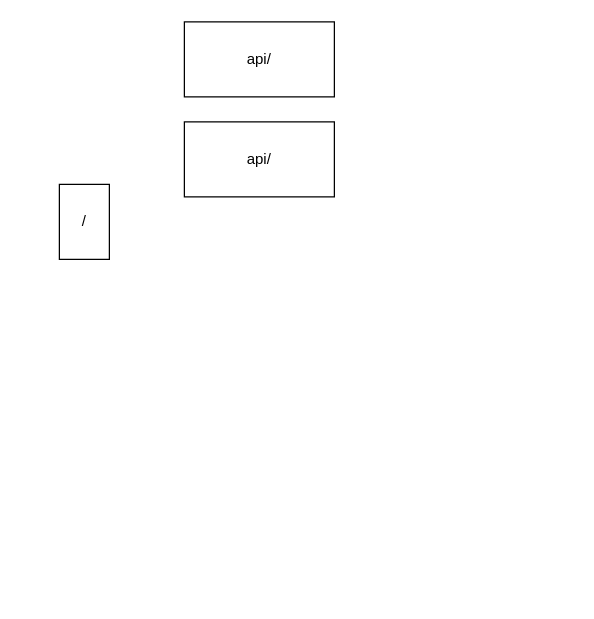
TLBail/biotrace keeps this draw.io diagram as schemas/routage.drawio. Above is the earlier version. Source tidied: cells renumbered, new cells numbered last; positions are measured from the earlier drawing's top-left corner, leaving out a move shared by most shapes. Both pictures are drawn from the tidied source at 125%, with x=0, y=0 at pixel (59, 21).
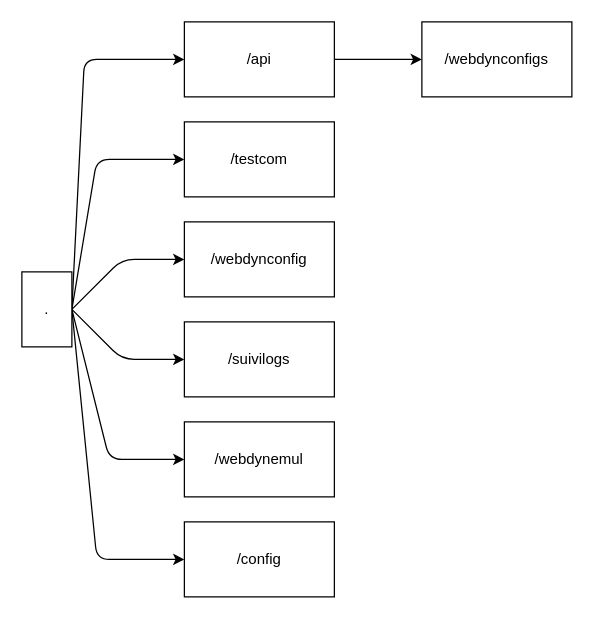
The same page after the edit.

Commit message:
diagramme: routage api/server

Change to the diagram source:
```diff
@@
+    <mxCell id="5" style="edgeStyle=none;html=1;exitX=1;exitY=0.5;exitDx=0;exitDy=0;entryX=0;entryY=0.5;entryDx=0;entryDy=0;" parent="1" edge="1" source="2" target="3">
+      <mxGeometry relative="1" as="geometry">
+        <Array as="points">
+          <mxPoint x="20" y="30" />
+        </Array>
+      </mxGeometry>
+    </mxCell>
+    <mxCell id="6" style="edgeStyle=none;html=1;exitX=1;exitY=0.5;exitDx=0;exitDy=0;entryX=0;entryY=0.5;entryDx=0;entryDy=0;" parent="1" edge="1" source="2" target="4">
+      <mxGeometry relative="1" as="geometry">
+        <Array as="points">
+          <mxPoint x="30" y="110" />
+        </Array>
+      </mxGeometry>
+    </mxCell>
+    <mxCell id="7" style="edgeStyle=none;html=1;exitX=1;exitY=0.5;exitDx=0;exitDy=0;entryX=0;entryY=0.5;entryDx=0;entryDy=0;" parent="1" edge="1" source="2" target="12">
+      <mxGeometry relative="1" as="geometry">
+        <Array as="points">
+          <mxPoint x="50" y="190" />
+        </Array>
+      </mxGeometry>
+    </mxCell>
+    <mxCell id="8" style="edgeStyle=none;html=1;exitX=1;exitY=0.5;exitDx=0;exitDy=0;entryX=0;entryY=0.5;entryDx=0;entryDy=0;" parent="1" edge="1" source="2" target="13">
+      <mxGeometry relative="1" as="geometry">
+        <Array as="points">
+          <mxPoint x="50" y="270" />
+        </Array>
+      </mxGeometry>
+    </mxCell>
+    <mxCell id="9" style="edgeStyle=none;html=1;exitX=1;exitY=0.5;exitDx=0;exitDy=0;entryX=0;entryY=0.5;entryDx=0;entryDy=0;" parent="1" edge="1" source="2" target="14">
+      <mxGeometry relative="1" as="geometry">
+        <Array as="points">
+          <mxPoint x="40" y="350" />
+        </Array>
+      </mxGeometry>
+    </mxCell>
+    <mxCell id="10" style="edgeStyle=none;html=1;exitX=1;exitY=0.5;exitDx=0;exitDy=0;entryX=0;entryY=0.5;entryDx=0;entryDy=0;" parent="1" edge="1" source="2" target="15">
+      <mxGeometry relative="1" as="geometry">
+        <Array as="points">
+          <mxPoint x="30" y="430" />
+        </Array>
+      </mxGeometry>
+    </mxCell>
-    <mxCell id="2" value="/" style="rounded=0;whiteSpace=wrap;html=1;" parent="1" vertex="1">
-      <mxGeometry y="130" width="40" height="60" as="geometry" />
+    <mxCell id="2" value="." style="rounded=0;whiteSpace=wrap;html=1;" parent="1" vertex="1">
+      <mxGeometry x="-30" y="200" width="40" height="60" as="geometry" />
     </mxCell>
+    <mxCell id="11" style="edgeStyle=none;html=1;exitX=1;exitY=0.5;exitDx=0;exitDy=0;entryX=0;entryY=0.5;entryDx=0;entryDy=0;" parent="1" edge="1" source="3" target="16">
+      <mxGeometry relative="1" as="geometry" />
+    </mxCell>
-    <mxCell id="3" value="api/" style="rounded=0;whiteSpace=wrap;html=1;" parent="1" vertex="1">
+    <mxCell id="3" value="/api" style="rounded=0;whiteSpace=wrap;html=1;" parent="1" vertex="1">
       <mxGeometry x="100" width="120" height="60" as="geometry" />
     </mxCell>
-    <mxCell id="4" value="api/" style="rounded=0;whiteSpace=wrap;html=1;" parent="1" vertex="1">
+    <mxCell id="4" value="/testcom" style="rounded=0;whiteSpace=wrap;html=1;" parent="1" vertex="1">
       <mxGeometry x="100" y="80" width="120" height="60" as="geometry" />
     </mxCell>
+    <mxCell id="12" value="/webdynconfig" style="rounded=0;whiteSpace=wrap;html=1;" parent="1" vertex="1">
+      <mxGeometry x="100" y="160" width="120" height="60" as="geometry" />
+    </mxCell>
+    <mxCell id="13" value="/suivilogs" style="rounded=0;whiteSpace=wrap;html=1;" parent="1" vertex="1">
+      <mxGeometry x="100" y="240" width="120" height="60" as="geometry" />
+    </mxCell>
+    <mxCell id="14" value="/webdynemul" style="rounded=0;whiteSpace=wrap;html=1;" parent="1" vertex="1">
+      <mxGeometry x="100" y="320" width="120" height="60" as="geometry" />
+    </mxCell>
+    <mxCell id="15" value="/config" style="rounded=0;whiteSpace=wrap;html=1;" parent="1" vertex="1">
+      <mxGeometry x="100" y="400" width="120" height="60" as="geometry" />
+    </mxCell>
+    <mxCell id="16" value="/webdynconfigs" style="rounded=0;whiteSpace=wrap;html=1;" parent="1" vertex="1">
+      <mxGeometry x="290" width="120" height="60" as="geometry" />
+    </mxCell>
```
